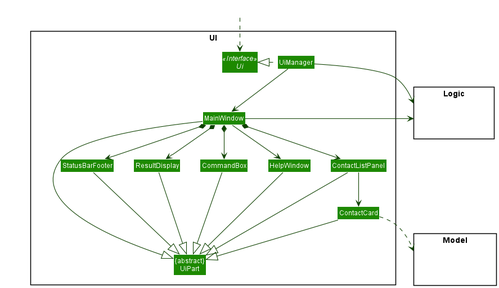
The PlantUML diagram docs/images/UiClassDiagram.png in nus-cs2103-AY2021S2/tp, before a commit.
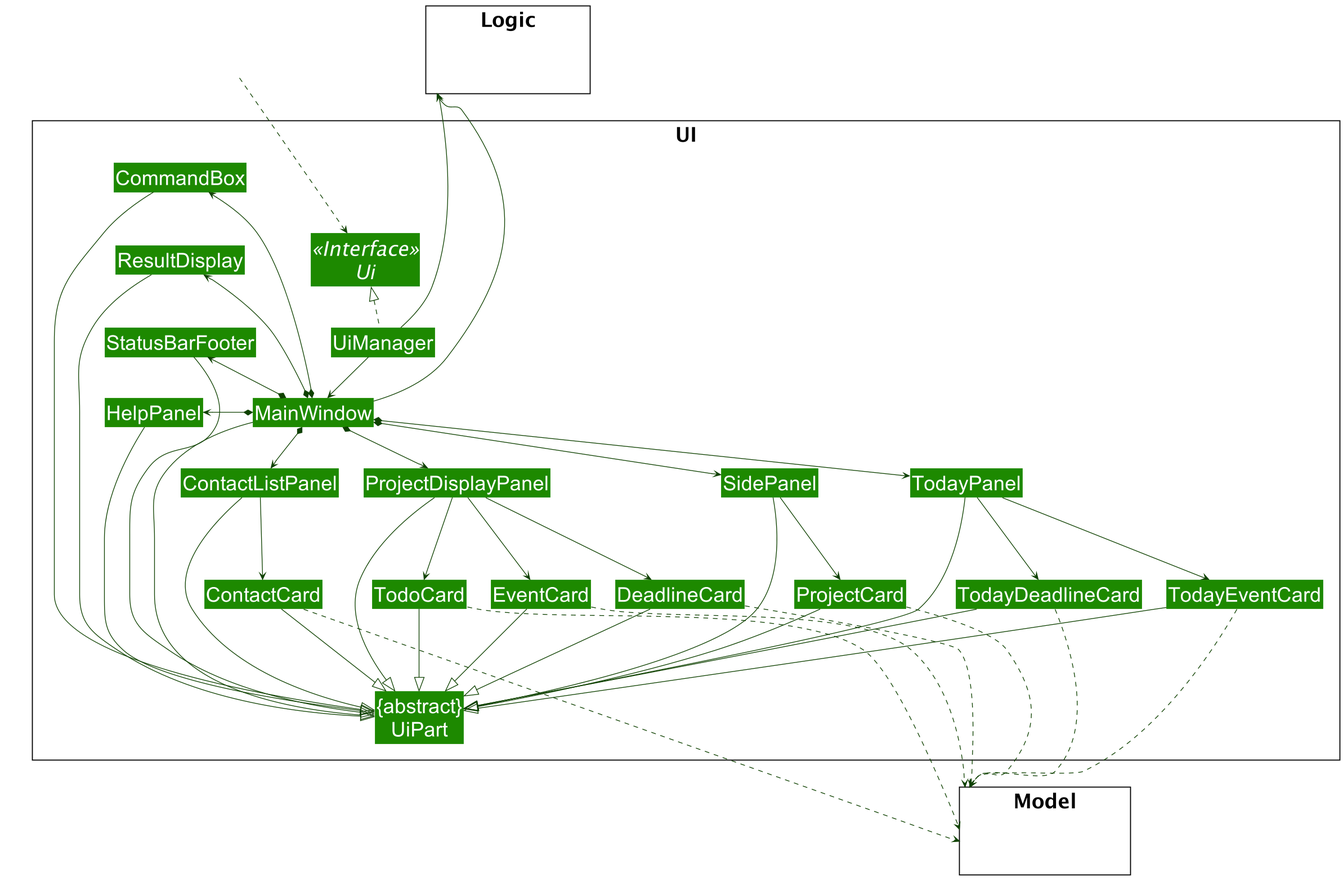
The same diagram one commit later.

Diff of the diagram source:
```diff
@@ -2,6 +2,7 @@
 !include style.puml
 skinparam arrowThickness 1.1
 skinparam arrowColor UI_COLOR_T4
+skinparam defaultFontSize 30
 skinparam classBackgroundColor UI_COLOR
 
 package UI <<Rectangle>>{
@@ -9,10 +10,19 @@
 Class "{abstract}\nUiPart" as UiPart
 Class UiManager
 Class MainWindow
-Class HelpWindow
+Class SidePanel
+Class TodayPanel
+Class ProjectDisplayPanel
+Class HelpPanel
 Class ResultDisplay
 Class ContactListPanel
 Class ContactCard
+Class ProjectCard
+Class EventCard
+Class DeadlineCard
+Class TodoCard
+Class TodayDeadlineCard
+Class TodayEventCard
 Class StatusBarFooter
 Class CommandBox
 }
@@ -26,35 +36,65 @@
 }
 
 Class HiddenOutside #FFFFFF
-HiddenOutside ..> Ui
+HiddenOutside ...> Ui
 
-UiManager .left.|> Ui
+UI -[hidden]up- HiddenOutside
+
+UiManager .up.|> Ui
 UiManager -down-> MainWindow
-MainWindow --> HelpWindow
-MainWindow *-down-> CommandBox
-MainWindow *-down-> ResultDisplay
+
+MainWindow *-left> HelpPanel
+MainWindow *-left> CommandBox
+MainWindow *-left> ResultDisplay
+MainWindow *-left> StatusBarFooter
+MainWindow *-down> SidePanel
+MainWindow *-down> TodayPanel
+MainWindow *-right> ProjectDisplayPanel
 MainWindow *-down-> ContactListPanel
-MainWindow *-down-> StatusBarFooter
 
-ContactListPanel -down-> ContactCard
+ResultDisplay ---|> UiPart
+CommandBox ---|> UiPart
+ContactListPanel ---|> UiPart
+ContactCard ---|> UiPart
+SidePanel ---|> UiPart
+ProjectCard ---|> UiPart
+TodayPanel ---|> UiPart
+ProjectDisplayPanel ---|> UiPart
+StatusBarFooter ---|> UiPart
+TodayEventCard ---|> UiPart
+TodayDeadlineCard ---|> UiPart
+EventCard ---|> UiPart
+DeadlineCard ---|> UiPart
+TodoCard ---|> UiPart
+HelpPanel ---|> UiPart
 
-MainWindow -left-|> UiPart
+ContactListPanel ---> ContactCard
+SidePanel ---> ProjectCard
+ProjectDisplayPanel ---> EventCard
+ProjectDisplayPanel ---> DeadlineCard
+ProjectDisplayPanel ---> TodoCard
+TodayPanel ---> TodayDeadlineCard
+TodayPanel ---> TodayEventCard
 
-ResultDisplay --|> UiPart
-CommandBox --|> UiPart
-ContactListPanel --|> UiPart
-ContactCard --|> UiPart
-StatusBarFooter --|> UiPart
-HelpWindow -down-|> UiPart
+ContactCard .down.> Model
+ProjectCard .down.> Model
+EventCard .down.> Model
+DeadlineCard .down.> Model
+TodoCard .down.> Model
+TodayDeadlineCard .down.> Model
+TodayEventCard .down.> Model
 
-ContactCard ..> Model
-UiManager -right-> Logic
-MainWindow -left-> Logic
+MainWindow ---|> UiPart
 
-ContactListPanel -[hidden]left- HelpWindow
-HelpWindow -[hidden]left- CommandBox
-CommandBox -[hidden]left- ResultDisplay
-ResultDisplay -[hidden]left- StatusBarFooter
+UiManager -up-> Logic
+MainWindow -up-> Logic
 
-MainWindow -[hidden]-|> UiPart
+HelpPanel -[hidden]up- StatusBarFooter
+StatusBarFooter -[hidden]up- ResultDisplay
+ResultDisplay -[hidden]up- CommandBox
+HiddenOutside -[hidden]up- UiManager
+HiddenOutside -[hidden]left- Logic
+UiPart -[hidden]down- Model
+Ui -[hidden]up-- Logic
+
 @enduml
```
